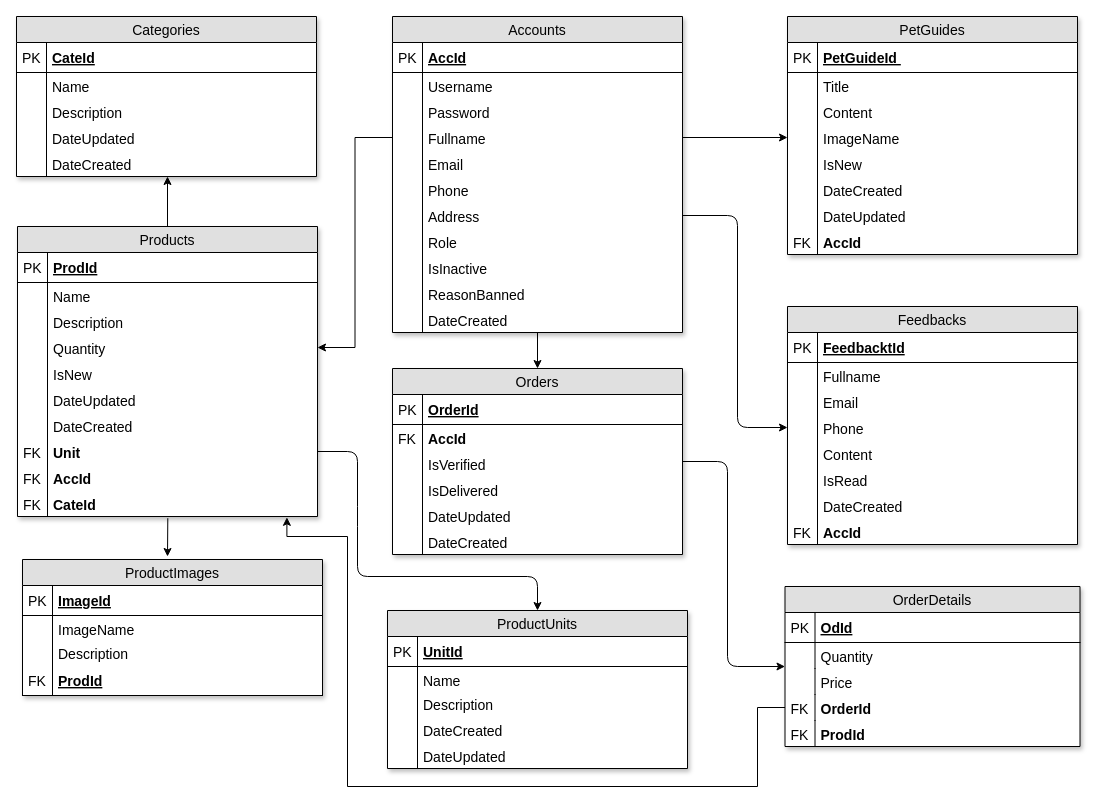
Above: page "Database ko kieu du lieu" (3 of 7) of Documents/Diagrams/Overrall-Design.drawio in duyphuong403/PetCare (draw.io), before the change. Source tidied: cells renumbered, new cells numbered last; positions are measured from the earlier drawing's top-left corner, leaving out a move shared by most shapes. Both pictures are drawn from the tidied source at 100%, with x=0, y=0 at pixel (16, 16).
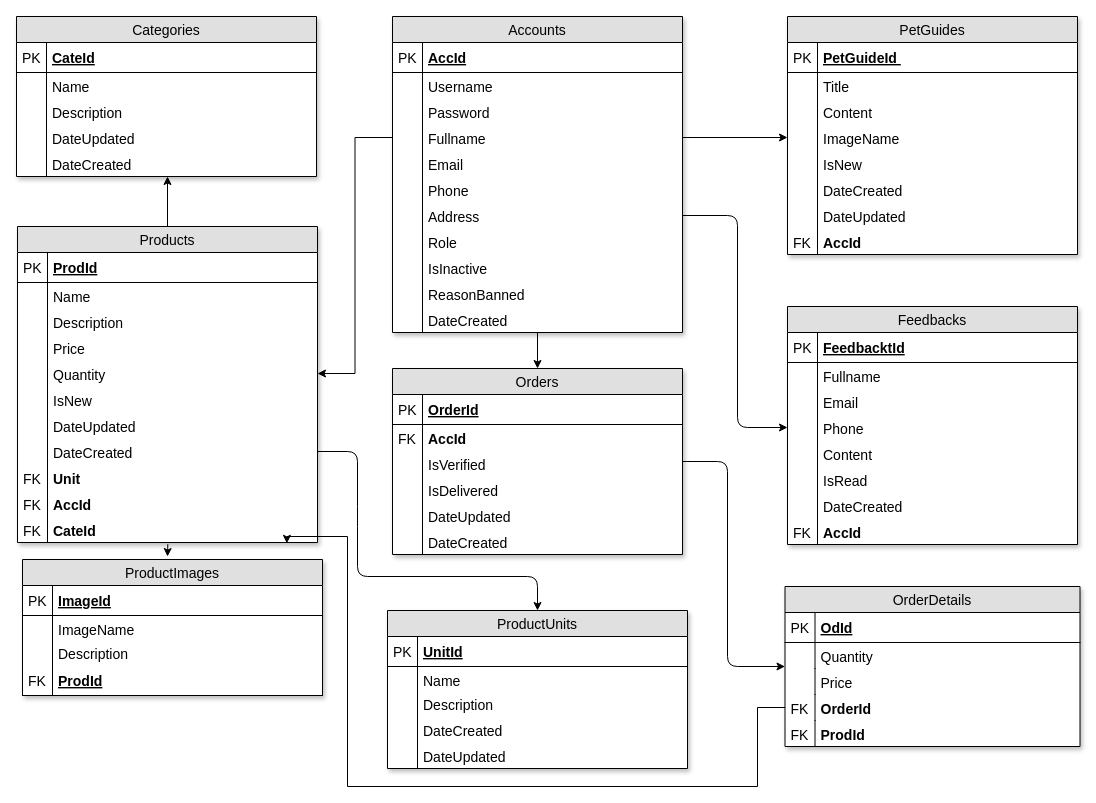
The same diagram, later.

The change refers to these unchanged cells:
```xml
<mxCell id="131" value="ProductUnits" style="swimlane;fontStyle=0;horizontal=1;startSize=26;fillColor=#e0e0e0;swimlaneFillColor=#ffffff;align=center;fontSize=14;glass=0;rounded=0;swimlaneLine=1;shadow=1;comic=0;" parent="1" vertex="1">
  <mxGeometry x="371" y="594" width="300" height="158" as="geometry" />
</mxCell>
```

The edit, as a diff of the source:
```diff
@@
     <mxCell id="3" value="Products" style="swimlane;fontStyle=0;horizontal=1;startSize=26;fillColor=#e0e0e0;swimlaneFillColor=#ffffff;align=center;fontSize=14;glass=0;rounded=0;swimlaneLine=1;shadow=1;comic=0;" parent="1" vertex="1">
-      <mxGeometry x="1" y="210" width="300" height="290" as="geometry" />
+      <mxGeometry x="1" y="210" width="300" height="316" as="geometry" />
     </mxCell>
@@
+    <mxCell id="144" value="Price" style="shape=partialRectangle;top=0;left=0;right=0;bottom=0;align=left;verticalAlign=top;fillColor=none;spacingLeft=34;spacingRight=4;overflow=hidden;fontSize=14;" parent="3" vertex="1">
+      <mxGeometry y="108" width="300" height="26" as="geometry" />
+    </mxCell>
+    <mxCell id="145" style="shape=partialRectangle;top=0;left=0;bottom=0;fillColor=none;align=left;verticalAlign=top;spacingLeft=4;spacingRight=4;overflow=hidden;fontSize=14;" parent="144" vertex="1">
+      <mxGeometry width="30" height="26" as="geometry" />
+    </mxCell>
     <mxCell id="10" value="Quantity" style="shape=partialRectangle;top=0;left=0;right=0;bottom=0;align=left;verticalAlign=top;fillColor=none;spacingLeft=34;spacingRight=4;overflow=hidden;points=[[0,0.5],[1,0.5]];portConstraint=eastwest;fontSize=14;" parent="3" vertex="1">
-      <mxGeometry y="108" width="300" height="26" as="geometry" />
+      <mxGeometry y="134" width="300" height="26" as="geometry" />
     </mxCell>
@@
     <mxCell id="12" value="IsNew" style="shape=partialRectangle;top=0;left=0;right=0;bottom=0;align=left;verticalAlign=top;fillColor=none;spacingLeft=34;spacingRight=4;overflow=hidden;fontSize=14;" parent="3" vertex="1">
-      <mxGeometry y="134" width="300" height="26" as="geometry" />
+      <mxGeometry y="160" width="300" height="26" as="geometry" />
     </mxCell>
@@
     <mxCell id="14" value="DateUpdated" style="shape=partialRectangle;top=0;left=0;right=0;bottom=0;align=left;verticalAlign=top;fillColor=none;spacingLeft=34;spacingRight=4;overflow=hidden;fontSize=14;" parent="3" vertex="1">
-      <mxGeometry y="160" width="300" height="26" as="geometry" />
+      <mxGeometry y="186" width="300" height="26" as="geometry" />
     </mxCell>
@@
     <mxCell id="16" value="DateCreated" style="shape=partialRectangle;top=0;left=0;right=0;bottom=0;align=left;verticalAlign=top;fillColor=none;spacingLeft=34;spacingRight=4;overflow=hidden;points=[[0,0.5],[1,0.5]];portConstraint=eastwest;fontSize=14;" parent="3" vertex="1">
-      <mxGeometry y="186" width="300" height="26" as="geometry" />
+      <mxGeometry y="212" width="300" height="26" as="geometry" />
     </mxCell>
@@
     <mxCell id="18" value="Unit" style="shape=partialRectangle;top=0;left=0;right=0;bottom=0;align=left;verticalAlign=top;fillColor=none;spacingLeft=34;spacingRight=4;overflow=hidden;points=[[0,0.5],[1,0.5]];portConstraint=eastwest;fontSize=14;fontStyle=1;" parent="3" vertex="1">
-      <mxGeometry y="212" width="300" height="26" as="geometry" />
+      <mxGeometry y="238" width="300" height="26" as="geometry" />
     </mxCell>
@@
     <mxCell id="20" value="AccId" style="shape=partialRectangle;top=0;left=0;right=0;bottom=0;align=left;verticalAlign=top;fillColor=none;spacingLeft=34;spacingRight=4;overflow=hidden;fontSize=14;fontStyle=1;" parent="3" vertex="1">
-      <mxGeometry y="238" width="300" height="26" as="geometry" />
+      <mxGeometry y="264" width="300" height="26" as="geometry" />
     </mxCell>
@@
     <mxCell id="22" value="CateId" style="shape=partialRectangle;top=0;left=0;right=0;bottom=0;align=left;verticalAlign=top;fillColor=none;spacingLeft=34;spacingRight=4;overflow=hidden;points=[[0,0.5],[1,0.5]];portConstraint=eastwest;fontSize=14;fontStyle=1;" parent="3" vertex="1">
-      <mxGeometry y="264" width="300" height="26" as="geometry" />
+      <mxGeometry y="290" width="300" height="26" as="geometry" />
     </mxCell>
@@
-    <mxCell id="142" style="endArrow=classic;html=1;exitX=1;exitY=0.5;exitDx=0;exitDy=0;entryX=0.5;entryY=0;entryDx=0;entryDy=0;" parent="1" edge="1" source="18" target="131">
+    <mxCell id="142" style="endArrow=classic;html=1;exitX=1;exitY=0.5;exitDx=0;exitDy=0;entryX=0.5;entryY=0;entryDx=0;entryDy=0;" parent="1" edge="1" source="16" target="131">
       <mxGeometry relative="1" as="geometry">
         <Array as="points">
           <mxPoint x="341" y="435" />
           <mxPoint x="341" y="500" />
           <mxPoint x="341" y="560" />
           <mxPoint x="521" y="560" />
         </Array>
       </mxGeometry>
     </mxCell>
```
